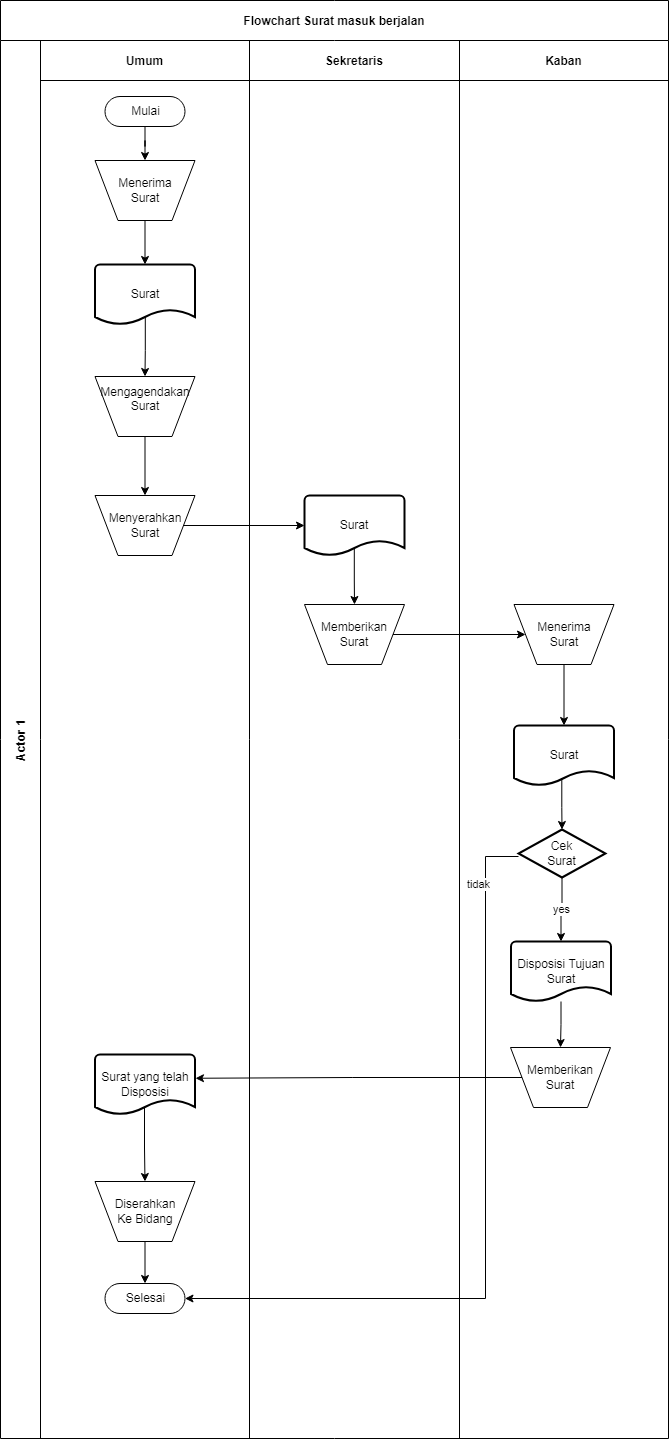
Before: SKRIPSI/New folder/flowchart/surat masuk.png, a diagram exported from draw.io (Rusadi-0/KULIAH). Source tidied: cells renumbered, new cells last; positions are measured from the earlier drawing's top-left corner, leaving out a move shared by most shapes. Source of this version:
```xml
<mxGraphModel>
  <root>
    <mxCell id="0" />
    <mxCell id="1" parent="0" />
    <mxCell id="2" value="Flowchart Surat masuk berjalan" style="shape=table;startSize=40;fontStyle=1;" parent="1" vertex="1">
      <mxGeometry width="668" height="1438" as="geometry" />
    </mxCell>
    <mxCell id="3" value="Actor 1" style="shape=tableRow;horizontal=0;startSize=40;swimlaneHead=0;swimlaneBody=0;top=0;left=0;bottom=0;right=0;fillColor=none;fontStyle=1;" parent="2" vertex="1">
      <mxGeometry y="40" width="668" height="1398" as="geometry" />
    </mxCell>
    <mxCell id="4" value="Umum" style="swimlane;swimlaneHead=0;swimlaneBody=0;fontStyle=0;fillColor=none;startSize=40;fontStyle=1;" parent="3" vertex="1">
      <mxGeometry x="40" width="209" height="1398" as="geometry" />
    </mxCell>
    <mxCell id="5" style="edgeStyle=orthogonalEdgeStyle;rounded=0;jettySize=auto;html=1;entryX=0.5;entryY=0;entryDx=0;entryDy=0;" parent="4" edge="1" source="6" target="8">
      <mxGeometry relative="1" as="geometry" />
    </mxCell>
    <mxCell id="6" value="Mulai" style="html=1;dashed=0;whitespace=wrap;shape=mxgraph.dfd.start;" parent="4" vertex="1">
      <mxGeometry x="64.5" y="56" width="80" height="30" as="geometry" />
    </mxCell>
    <mxCell id="7" style="edgeStyle=orthogonalEdgeStyle;rounded=0;jettySize=auto;html=1;entryX=0.5;entryY=0;entryDx=0;entryDy=0;entryPerimeter=0;" parent="4" edge="1" source="8" target="10">
      <mxGeometry relative="1" as="geometry" />
    </mxCell>
    <mxCell id="8" value="Menerima&lt;br&gt;Surat" style="verticalLabelPosition=middle;verticalAlign=middle;html=1;shape=trapezoid;perimeter=trapezoidPerimeter;whiteSpace=wrap;size=0.23;arcSize=10;flipV=1;labelPosition=center;align=center;" parent="4" vertex="1">
      <mxGeometry x="54.5" y="120" width="100" height="60" as="geometry" />
    </mxCell>
    <mxCell id="9" style="edgeStyle=orthogonalEdgeStyle;rounded=0;jettySize=auto;html=1;exitX=0.503;exitY=0.85;exitDx=0;exitDy=0;exitPerimeter=0;" parent="4" edge="1" source="10" target="12">
      <mxGeometry relative="1" as="geometry" />
    </mxCell>
    <mxCell id="10" value="Surat" style="strokeWidth=2;html=1;shape=mxgraph.flowchart.document2;whiteSpace=wrap;size=0.25;" parent="4" vertex="1">
      <mxGeometry x="54.5" y="224" width="100" height="60" as="geometry" />
    </mxCell>
    <mxCell id="11" style="edgeStyle=orthogonalEdgeStyle;rounded=0;jettySize=auto;html=1;entryX=0.5;entryY=0;entryDx=0;entryDy=0;" parent="4" edge="1" source="12" target="13">
      <mxGeometry relative="1" as="geometry" />
    </mxCell>
    <mxCell id="12" value="Mengagendakan&lt;br&gt;Surat&lt;br&gt;&lt;br&gt;" style="verticalLabelPosition=middle;verticalAlign=middle;html=1;shape=trapezoid;perimeter=trapezoidPerimeter;whiteSpace=wrap;size=0.23;arcSize=10;flipV=1;labelPosition=center;align=center;" parent="4" vertex="1">
      <mxGeometry x="54.5" y="336" width="100" height="60" as="geometry" />
    </mxCell>
    <mxCell id="13" value="Menyerahkan&lt;br&gt;Surat" style="verticalLabelPosition=middle;verticalAlign=middle;html=1;shape=trapezoid;perimeter=trapezoidPerimeter;whiteSpace=wrap;size=0.23;arcSize=10;flipV=1;labelPosition=center;align=center;" parent="4" vertex="1">
      <mxGeometry x="54.5" y="455" width="100" height="60" as="geometry" />
    </mxCell>
    <mxCell id="14" style="edgeStyle=orthogonalEdgeStyle;rounded=0;jettySize=auto;html=1;entryX=0.5;entryY=0;entryDx=0;entryDy=0;exitX=0.495;exitY=0.892;exitDx=0;exitDy=0;exitPerimeter=0;" parent="4" edge="1" source="15" target="17">
      <mxGeometry relative="1" as="geometry" />
    </mxCell>
    <mxCell id="15" value="Surat yang telah&lt;br&gt;Disposisi&lt;br&gt;" style="strokeWidth=2;html=1;shape=mxgraph.flowchart.document2;whiteSpace=wrap;size=0.25;" parent="4" vertex="1">
      <mxGeometry x="54.5" y="1014" width="100" height="60" as="geometry" />
    </mxCell>
    <mxCell id="16" style="edgeStyle=orthogonalEdgeStyle;rounded=0;jettySize=auto;html=1;entryX=0.5;entryY=0.5;entryDx=0;entryDy=-15;entryPerimeter=0;" parent="4" edge="1" source="17" target="18">
      <mxGeometry relative="1" as="geometry" />
    </mxCell>
    <mxCell id="17" value="Diserahkan&lt;br&gt;Ke Bidang" style="verticalLabelPosition=middle;verticalAlign=middle;html=1;shape=trapezoid;perimeter=trapezoidPerimeter;whiteSpace=wrap;size=0.23;arcSize=10;flipV=1;labelPosition=center;align=center;" parent="4" vertex="1">
      <mxGeometry x="54.5" y="1141" width="100" height="60" as="geometry" />
    </mxCell>
    <mxCell id="18" value="Selesai" style="html=1;dashed=0;whitespace=wrap;shape=mxgraph.dfd.start;" parent="4" vertex="1">
      <mxGeometry x="64.5" y="1243" width="80" height="30" as="geometry" />
    </mxCell>
    <mxCell id="19" value="Sekretaris" style="swimlane;swimlaneHead=0;swimlaneBody=0;fontStyle=0;fillColor=none;startSize=40;fontStyle=1;" parent="3" vertex="1">
      <mxGeometry x="249" width="210" height="1398" as="geometry" />
    </mxCell>
    <mxCell id="20" style="edgeStyle=orthogonalEdgeStyle;rounded=0;jettySize=auto;html=1;exitX=0.498;exitY=0.875;exitDx=0;exitDy=0;exitPerimeter=0;" parent="19" edge="1" source="21" target="22">
      <mxGeometry relative="1" as="geometry" />
    </mxCell>
    <mxCell id="21" value="Surat" style="strokeWidth=2;html=1;shape=mxgraph.flowchart.document2;whiteSpace=wrap;size=0.25;" parent="19" vertex="1">
      <mxGeometry x="55" y="455" width="100" height="60" as="geometry" />
    </mxCell>
    <mxCell id="22" value="Memberikan&lt;br&gt;Surat" style="verticalLabelPosition=middle;verticalAlign=middle;html=1;shape=trapezoid;perimeter=trapezoidPerimeter;whiteSpace=wrap;size=0.23;arcSize=10;flipV=1;labelPosition=center;align=center;" parent="19" vertex="1">
      <mxGeometry x="55" y="564" width="100" height="60" as="geometry" />
    </mxCell>
    <mxCell id="23" value="Kaban" style="swimlane;swimlaneHead=0;swimlaneBody=0;fontStyle=0;fillColor=none;startSize=40;fontStyle=1;" parent="3" vertex="1">
      <mxGeometry x="459" width="209" height="1398" as="geometry" />
    </mxCell>
    <mxCell id="24" style="edgeStyle=orthogonalEdgeStyle;rounded=0;jettySize=auto;html=1;" parent="23" edge="1" source="25" target="27">
      <mxGeometry relative="1" as="geometry" />
    </mxCell>
    <mxCell id="25" value="Menerima&lt;br&gt;Surat" style="verticalLabelPosition=middle;verticalAlign=middle;html=1;shape=trapezoid;perimeter=trapezoidPerimeter;whiteSpace=wrap;size=0.23;arcSize=10;flipV=1;labelPosition=center;align=center;" parent="23" vertex="1">
      <mxGeometry x="54.5" y="564" width="100" height="60" as="geometry" />
    </mxCell>
    <mxCell id="26" style="edgeStyle=orthogonalEdgeStyle;rounded=0;jettySize=auto;html=1;entryX=0.5;entryY=0;entryDx=0;entryDy=0;entryPerimeter=0;exitX=0.478;exitY=0.875;exitDx=0;exitDy=0;exitPerimeter=0;" parent="23" edge="1" source="27" target="29">
      <mxGeometry relative="1" as="geometry" />
    </mxCell>
    <mxCell id="27" value="Surat" style="strokeWidth=2;html=1;shape=mxgraph.flowchart.document2;whiteSpace=wrap;size=0.25;" parent="23" vertex="1">
      <mxGeometry x="54.5" y="685" width="100" height="60" as="geometry" />
    </mxCell>
    <mxCell id="28" value="yes" style="edgeStyle=orthogonalEdgeStyle;rounded=0;jettySize=auto;html=1;entryX=0.5;entryY=0;entryDx=0;entryDy=0;entryPerimeter=0;" parent="23" edge="1" source="29" target="31">
      <mxGeometry relative="1" as="geometry" />
    </mxCell>
    <mxCell id="29" value="Cek&lt;br&gt;Surat" style="strokeWidth=2;html=1;shape=mxgraph.flowchart.decision;whiteSpace=wrap;" parent="23" vertex="1">
      <mxGeometry x="59" y="789" width="87" height="48" as="geometry" />
    </mxCell>
    <mxCell id="30" style="edgeStyle=orthogonalEdgeStyle;rounded=0;jettySize=auto;html=1;entryX=0.5;entryY=0;entryDx=0;entryDy=0;" parent="23" edge="1" source="31" target="32">
      <mxGeometry relative="1" as="geometry" />
    </mxCell>
    <mxCell id="31" value="Disposisi Tujuan Surat" style="strokeWidth=2;html=1;shape=mxgraph.flowchart.document2;whiteSpace=wrap;size=0.25;" parent="23" vertex="1">
      <mxGeometry x="51.5" y="901" width="100" height="60" as="geometry" />
    </mxCell>
    <mxCell id="32" value="Memberikan Surat" style="verticalLabelPosition=middle;verticalAlign=middle;html=1;shape=trapezoid;perimeter=trapezoidPerimeter;whiteSpace=wrap;size=0.23;arcSize=10;flipV=1;labelPosition=center;align=center;" parent="23" vertex="1">
      <mxGeometry x="51" y="1007" width="100" height="60" as="geometry" />
    </mxCell>
    <mxCell id="33" style="edgeStyle=orthogonalEdgeStyle;rounded=0;jettySize=auto;html=1;" parent="3" edge="1" source="13" target="21">
      <mxGeometry relative="1" as="geometry" />
    </mxCell>
    <mxCell id="34" style="edgeStyle=orthogonalEdgeStyle;rounded=0;jettySize=auto;html=1;" parent="3" edge="1" source="22" target="25">
      <mxGeometry relative="1" as="geometry" />
    </mxCell>
    <mxCell id="35" style="edgeStyle=orthogonalEdgeStyle;rounded=0;jettySize=auto;html=1;entryX=1;entryY=0.5;entryDx=0;entryDy=0;entryPerimeter=0;" parent="3" edge="1" source="29" target="18">
      <mxGeometry relative="1" as="geometry">
        <Array as="points">
          <mxPoint x="485" y="816" />
          <mxPoint x="485" y="1258" />
        </Array>
      </mxGeometry>
    </mxCell>
    <mxCell id="36" value="tidak" style="edgeLabel;html=1;align=center;verticalAlign=middle;" parent="35" vertex="1">
      <mxGeometry x="-0.91" y="-3" relative="1" as="geometry">
        <mxPoint x="-5" y="24" as="offset" />
      </mxGeometry>
    </mxCell>
    <mxCell id="37" style="edgeStyle=orthogonalEdgeStyle;rounded=0;jettySize=auto;html=1;entryX=1.005;entryY=0.396;entryDx=0;entryDy=0;entryPerimeter=0;" parent="3" edge="1" source="32" target="15">
      <mxGeometry relative="1" as="geometry" />
    </mxCell>
  </root>
</mxGraphModel>
```
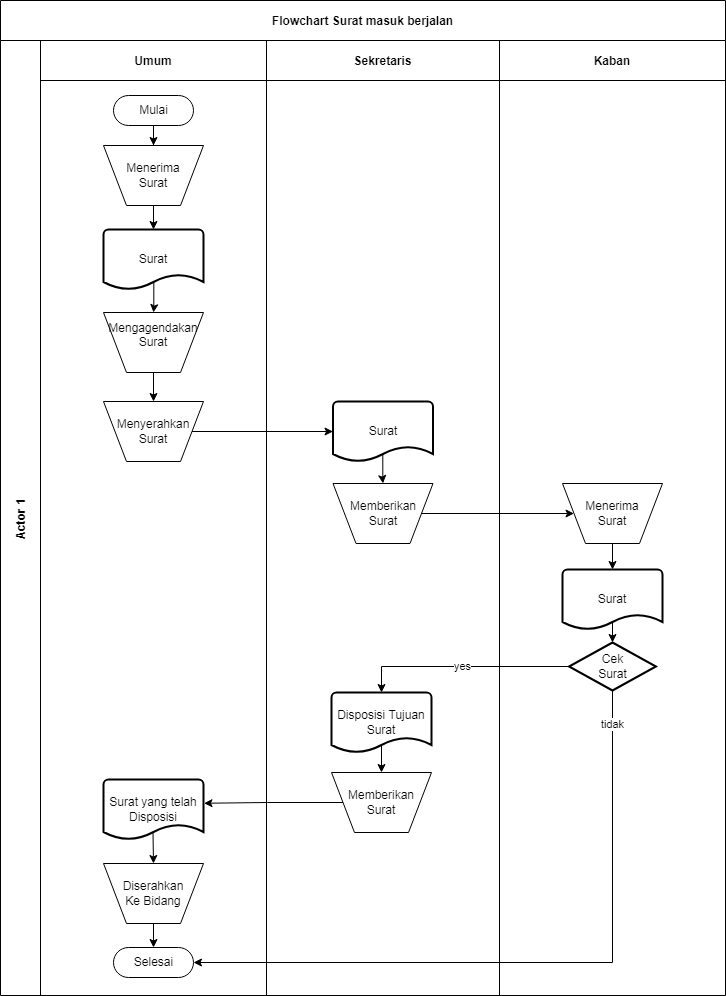
The same file after the commit.

The edit, as a diff of the source:
```diff
@@ -3,98 +3,97 @@
     <mxCell id="0" />
     <mxCell id="1" parent="0" />
     <mxCell id="2" value="Flowchart Surat masuk berjalan" style="shape=table;startSize=40;fontStyle=1;" parent="1" vertex="1">
-      <mxGeometry width="668" height="1438" as="geometry" />
+      <mxGeometry width="725" height="995" as="geometry" />
     </mxCell>
     <mxCell id="3" value="Actor 1" style="shape=tableRow;horizontal=0;startSize=40;swimlaneHead=0;swimlaneBody=0;top=0;left=0;bottom=0;right=0;fillColor=none;fontStyle=1;" parent="2" vertex="1">
-      <mxGeometry y="40" width="668" height="1398" as="geometry" />
+      <mxGeometry y="40" width="725" height="955" as="geometry" />
     </mxCell>
     <mxCell id="4" value="Umum" style="swimlane;swimlaneHead=0;swimlaneBody=0;fontStyle=0;fillColor=none;startSize=40;fontStyle=1;" parent="3" vertex="1">
-      <mxGeometry x="40" width="209" height="1398" as="geometry" />
+      <mxGeometry x="40" width="226" height="955" as="geometry" />
     </mxCell>
     <mxCell id="5" style="edgeStyle=orthogonalEdgeStyle;rounded=0;jettySize=auto;html=1;entryX=0.5;entryY=0;entryDx=0;entryDy=0;" parent="4" edge="1" source="6" target="8">
       <mxGeometry relative="1" as="geometry" />
     </mxCell>
     <mxCell id="6" value="Mulai" style="html=1;dashed=0;whitespace=wrap;shape=mxgraph.dfd.start;" parent="4" vertex="1">
-      <mxGeometry x="64.5" y="56" width="80" height="30" as="geometry" />
+      <mxGeometry x="73" y="55" width="80" height="30" as="geometry" />
     </mxCell>
     <mxCell id="7" style="edgeStyle=orthogonalEdgeStyle;rounded=0;jettySize=auto;html=1;entryX=0.5;entryY=0;entryDx=0;entryDy=0;entryPerimeter=0;" parent="4" edge="1" source="8" target="10">
       <mxGeometry relative="1" as="geometry" />
     </mxCell>
     <mxCell id="8" value="Menerima&lt;br&gt;Surat" style="verticalLabelPosition=middle;verticalAlign=middle;html=1;shape=trapezoid;perimeter=trapezoidPerimeter;whiteSpace=wrap;size=0.23;arcSize=10;flipV=1;labelPosition=center;align=center;" parent="4" vertex="1">
-      <mxGeometry x="54.5" y="120" width="100" height="60" as="geometry" />
+      <mxGeometry x="63" y="105" width="100" height="60" as="geometry" />
     </mxCell>
     <mxCell id="9" style="edgeStyle=orthogonalEdgeStyle;rounded=0;jettySize=auto;html=1;exitX=0.503;exitY=0.85;exitDx=0;exitDy=0;exitPerimeter=0;" parent="4" edge="1" source="10" target="12">
       <mxGeometry relative="1" as="geometry" />
     </mxCell>
     <mxCell id="10" value="Surat" style="strokeWidth=2;html=1;shape=mxgraph.flowchart.document2;whiteSpace=wrap;size=0.25;" parent="4" vertex="1">
-      <mxGeometry x="54.5" y="224" width="100" height="60" as="geometry" />
+      <mxGeometry x="63" y="189" width="100" height="60" as="geometry" />
     </mxCell>
     <mxCell id="11" style="edgeStyle=orthogonalEdgeStyle;rounded=0;jettySize=auto;html=1;entryX=0.5;entryY=0;entryDx=0;entryDy=0;" parent="4" edge="1" source="12" target="13">
       <mxGeometry relative="1" as="geometry" />
     </mxCell>
     <mxCell id="12" value="Mengagendakan&lt;br&gt;Surat&lt;br&gt;&lt;br&gt;" style="verticalLabelPosition=middle;verticalAlign=middle;html=1;shape=trapezoid;perimeter=trapezoidPerimeter;whiteSpace=wrap;size=0.23;arcSize=10;flipV=1;labelPosition=center;align=center;" parent="4" vertex="1">
-      <mxGeometry x="54.5" y="336" width="100" height="60" as="geometry" />
+      <mxGeometry x="63" y="272" width="100" height="60" as="geometry" />
     </mxCell>
     <mxCell id="13" value="Menyerahkan&lt;br&gt;Surat" style="verticalLabelPosition=middle;verticalAlign=middle;html=1;shape=trapezoid;perimeter=trapezoidPerimeter;whiteSpace=wrap;size=0.23;arcSize=10;flipV=1;labelPosition=center;align=center;" parent="4" vertex="1">
-      <mxGeometry x="54.5" y="455" width="100" height="60" as="geometry" />
+      <mxGeometry x="63" y="361" width="100" height="60" as="geometry" />
     </mxCell>
     <mxCell id="14" style="edgeStyle=orthogonalEdgeStyle;rounded=0;jettySize=auto;html=1;entryX=0.5;entryY=0;entryDx=0;entryDy=0;exitX=0.495;exitY=0.892;exitDx=0;exitDy=0;exitPerimeter=0;" parent="4" edge="1" source="15" target="17">
       <mxGeometry relative="1" as="geometry" />
     </mxCell>
     <mxCell id="15" value="Surat yang telah&lt;br&gt;Disposisi&lt;br&gt;" style="strokeWidth=2;html=1;shape=mxgraph.flowchart.document2;whiteSpace=wrap;size=0.25;" parent="4" vertex="1">
-      <mxGeometry x="54.5" y="1014" width="100" height="60" as="geometry" />
+      <mxGeometry x="63" y="739" width="100" height="60" as="geometry" />
     </mxCell>
     <mxCell id="16" style="edgeStyle=orthogonalEdgeStyle;rounded=0;jettySize=auto;html=1;entryX=0.5;entryY=0.5;entryDx=0;entryDy=-15;entryPerimeter=0;" parent="4" edge="1" source="17" target="18">
       <mxGeometry relative="1" as="geometry" />
     </mxCell>
     <mxCell id="17" value="Diserahkan&lt;br&gt;Ke Bidang" style="verticalLabelPosition=middle;verticalAlign=middle;html=1;shape=trapezoid;perimeter=trapezoidPerimeter;whiteSpace=wrap;size=0.23;arcSize=10;flipV=1;labelPosition=center;align=center;" parent="4" vertex="1">
-      <mxGeometry x="54.5" y="1141" width="100" height="60" as="geometry" />
+      <mxGeometry x="63" y="823" width="100" height="60" as="geometry" />
     </mxCell>
     <mxCell id="18" value="Selesai" style="html=1;dashed=0;whitespace=wrap;shape=mxgraph.dfd.start;" parent="4" vertex="1">
-      <mxGeometry x="64.5" y="1243" width="80" height="30" as="geometry" />
+      <mxGeometry x="73" y="907" width="80" height="30" as="geometry" />
     </mxCell>
     <mxCell id="19" value="Sekretaris" style="swimlane;swimlaneHead=0;swimlaneBody=0;fontStyle=0;fillColor=none;startSize=40;fontStyle=1;" parent="3" vertex="1">
-      <mxGeometry x="249" width="210" height="1398" as="geometry" />
+      <mxGeometry x="266" width="233" height="955" as="geometry" />
     </mxCell>
     <mxCell id="20" style="edgeStyle=orthogonalEdgeStyle;rounded=0;jettySize=auto;html=1;exitX=0.498;exitY=0.875;exitDx=0;exitDy=0;exitPerimeter=0;" parent="19" edge="1" source="21" target="22">
       <mxGeometry relative="1" as="geometry" />
     </mxCell>
     <mxCell id="21" value="Surat" style="strokeWidth=2;html=1;shape=mxgraph.flowchart.document2;whiteSpace=wrap;size=0.25;" parent="19" vertex="1">
-      <mxGeometry x="55" y="455" width="100" height="60" as="geometry" />
+      <mxGeometry x="66.5" y="361" width="100" height="60" as="geometry" />
     </mxCell>
     <mxCell id="22" value="Memberikan&lt;br&gt;Surat" style="verticalLabelPosition=middle;verticalAlign=middle;html=1;shape=trapezoid;perimeter=trapezoidPerimeter;whiteSpace=wrap;size=0.23;arcSize=10;flipV=1;labelPosition=center;align=center;" parent="19" vertex="1">
-      <mxGeometry x="55" y="564" width="100" height="60" as="geometry" />
+      <mxGeometry x="66.5" y="443" width="100" height="60" as="geometry" />
     </mxCell>
+    <mxCell id="38" style="edgeStyle=orthogonalEdgeStyle;rounded=0;jettySize=auto;html=1;entryX=0.5;entryY=0;entryDx=0;entryDy=0;" parent="19" edge="1" target="32">
+      <mxGeometry relative="1" as="geometry">
+        <mxPoint x="115" y="702" as="sourcePoint" />
+      </mxGeometry>
+    </mxCell>
+    <mxCell id="31" value="Disposisi Tujuan Surat" style="strokeWidth=2;html=1;shape=mxgraph.flowchart.document2;whiteSpace=wrap;size=0.25;" parent="19" vertex="1">
+      <mxGeometry x="65" y="652" width="100" height="60" as="geometry" />
+    </mxCell>
+    <mxCell id="32" value="Memberikan Surat" style="verticalLabelPosition=middle;verticalAlign=middle;html=1;shape=trapezoid;perimeter=trapezoidPerimeter;whiteSpace=wrap;size=0.23;arcSize=10;flipV=1;labelPosition=center;align=center;" parent="19" vertex="1">
+      <mxGeometry x="65" y="732" width="100" height="60" as="geometry" />
+    </mxCell>
     <mxCell id="23" value="Kaban" style="swimlane;swimlaneHead=0;swimlaneBody=0;fontStyle=0;fillColor=none;startSize=40;fontStyle=1;" parent="3" vertex="1">
-      <mxGeometry x="459" width="209" height="1398" as="geometry" />
+      <mxGeometry x="499" width="226" height="955" as="geometry" />
     </mxCell>
     <mxCell id="24" style="edgeStyle=orthogonalEdgeStyle;rounded=0;jettySize=auto;html=1;" parent="23" edge="1" source="25" target="27">
       <mxGeometry relative="1" as="geometry" />
     </mxCell>
     <mxCell id="25" value="Menerima&lt;br&gt;Surat" style="verticalLabelPosition=middle;verticalAlign=middle;html=1;shape=trapezoid;perimeter=trapezoidPerimeter;whiteSpace=wrap;size=0.23;arcSize=10;flipV=1;labelPosition=center;align=center;" parent="23" vertex="1">
-      <mxGeometry x="54.5" y="564" width="100" height="60" as="geometry" />
+      <mxGeometry x="63" y="443" width="100" height="60" as="geometry" />
     </mxCell>
     <mxCell id="26" style="edgeStyle=orthogonalEdgeStyle;rounded=0;jettySize=auto;html=1;entryX=0.5;entryY=0;entryDx=0;entryDy=0;entryPerimeter=0;exitX=0.478;exitY=0.875;exitDx=0;exitDy=0;exitPerimeter=0;" parent="23" edge="1" source="27" target="29">
       <mxGeometry relative="1" as="geometry" />
     </mxCell>
     <mxCell id="27" value="Surat" style="strokeWidth=2;html=1;shape=mxgraph.flowchart.document2;whiteSpace=wrap;size=0.25;" parent="23" vertex="1">
-      <mxGeometry x="54.5" y="685" width="100" height="60" as="geometry" />
+      <mxGeometry x="63" y="529" width="100" height="60" as="geometry" />
     </mxCell>
-    <mxCell id="28" value="yes" style="edgeStyle=orthogonalEdgeStyle;rounded=0;jettySize=auto;html=1;entryX=0.5;entryY=0;entryDx=0;entryDy=0;entryPerimeter=0;" parent="23" edge="1" source="29" target="31">
-      <mxGeometry relative="1" as="geometry" />
-    </mxCell>
     <mxCell id="29" value="Cek&lt;br&gt;Surat" style="strokeWidth=2;html=1;shape=mxgraph.flowchart.decision;whiteSpace=wrap;" parent="23" vertex="1">
-      <mxGeometry x="59" y="789" width="87" height="48" as="geometry" />
+      <mxGeometry x="69.5" y="602" width="87" height="48" as="geometry" />
     </mxCell>
-    <mxCell id="30" style="edgeStyle=orthogonalEdgeStyle;rounded=0;jettySize=auto;html=1;entryX=0.5;entryY=0;entryDx=0;entryDy=0;" parent="23" edge="1" source="31" target="32">
-      <mxGeometry relative="1" as="geometry" />
-    </mxCell>
-    <mxCell id="31" value="Disposisi Tujuan Surat" style="strokeWidth=2;html=1;shape=mxgraph.flowchart.document2;whiteSpace=wrap;size=0.25;" parent="23" vertex="1">
-      <mxGeometry x="51.5" y="901" width="100" height="60" as="geometry" />
-    </mxCell>
-    <mxCell id="32" value="Memberikan Surat" style="verticalLabelPosition=middle;verticalAlign=middle;html=1;shape=trapezoid;perimeter=trapezoidPerimeter;whiteSpace=wrap;size=0.23;arcSize=10;flipV=1;labelPosition=center;align=center;" parent="23" vertex="1">
-      <mxGeometry x="51" y="1007" width="100" height="60" as="geometry" />
-    </mxCell>
     <mxCell id="33" style="edgeStyle=orthogonalEdgeStyle;rounded=0;jettySize=auto;html=1;" parent="3" edge="1" source="13" target="21">
       <mxGeometry relative="1" as="geometry" />
     </mxCell>
@@ -104,18 +103,20 @@
     <mxCell id="35" style="edgeStyle=orthogonalEdgeStyle;rounded=0;jettySize=auto;html=1;entryX=1;entryY=0.5;entryDx=0;entryDy=0;entryPerimeter=0;" parent="3" edge="1" source="29" target="18">
       <mxGeometry relative="1" as="geometry">
         <Array as="points">
-          <mxPoint x="485" y="816" />
-          <mxPoint x="485" y="1258" />
+          <mxPoint x="612" y="922" />
         </Array>
       </mxGeometry>
     </mxCell>
     <mxCell id="36" value="tidak" style="edgeLabel;html=1;align=center;verticalAlign=middle;" parent="35" vertex="1">
       <mxGeometry x="-0.91" y="-3" relative="1" as="geometry">
-        <mxPoint x="-5" y="24" as="offset" />
+        <mxPoint x="2" y="1" as="offset" />
       </mxGeometry>
     </mxCell>
     <mxCell id="37" style="edgeStyle=orthogonalEdgeStyle;rounded=0;jettySize=auto;html=1;entryX=1.005;entryY=0.396;entryDx=0;entryDy=0;entryPerimeter=0;" parent="3" edge="1" source="32" target="15">
       <mxGeometry relative="1" as="geometry" />
     </mxCell>
+    <mxCell id="28" value="yes" style="edgeStyle=orthogonalEdgeStyle;rounded=0;jettySize=auto;html=1;entryX=0.5;entryY=0;entryDx=0;entryDy=0;entryPerimeter=0;" parent="3" edge="1" source="29" target="31">
+      <mxGeometry relative="1" as="geometry" />
+    </mxCell>
   </root>
 </mxGraphModel>
```
